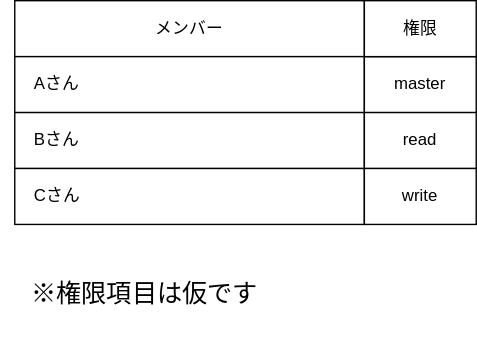
Earlier version of the draw.io export roleconfig.drawio.svg (nkc-ug/PSI). Source tidied: cells renumbered, new cells last; positions are measured from the earlier drawing's top-left corner, leaving out a move shared by most shapes. The source it was exported from:
```xml
<mxGraphModel>
  <root>
    <mxCell id="0" />
    <mxCell id="1" parent="0" />
    <mxCell id="2" value="メンバー" style="rounded=0;whiteSpace=wrap;html=1;align=center;" parent="1" vertex="1">
      <mxGeometry x="10" width="250" height="40" as="geometry" />
    </mxCell>
    <mxCell id="3" value="　Aさん" style="rounded=0;whiteSpace=wrap;html=1;align=left;" parent="1" vertex="1">
      <mxGeometry x="10" y="40" width="250" height="40" as="geometry" />
    </mxCell>
    <mxCell id="4" value="master" style="rounded=0;whiteSpace=wrap;html=1;align=center;" parent="1" vertex="1">
      <mxGeometry x="260" y="40" width="80" height="40" as="geometry" />
    </mxCell>
    <mxCell id="5" value="　Bさん" style="rounded=0;whiteSpace=wrap;html=1;align=left;" parent="1" vertex="1">
      <mxGeometry x="10" y="80" width="250" height="40" as="geometry" />
    </mxCell>
    <mxCell id="6" value="read" style="rounded=0;whiteSpace=wrap;html=1;align=center;" parent="1" vertex="1">
      <mxGeometry x="260" y="80" width="80" height="40" as="geometry" />
    </mxCell>
    <mxCell id="7" value="　Cさん" style="rounded=0;whiteSpace=wrap;html=1;align=left;" parent="1" vertex="1">
      <mxGeometry x="10" y="120" width="250" height="40" as="geometry" />
    </mxCell>
    <mxCell id="8" value="write" style="rounded=0;whiteSpace=wrap;html=1;align=center;" parent="1" vertex="1">
      <mxGeometry x="260" y="120" width="80" height="40" as="geometry" />
    </mxCell>
    <mxCell id="9" value="&lt;font style=&quot;font-size: 18px;&quot;&gt;※権限項目は仮です&lt;/font&gt;" style="rounded=0;whiteSpace=wrap;html=1;fillColor=none;strokeColor=none;" parent="1" vertex="1">
      <mxGeometry y="180" width="206" height="60" as="geometry" />
    </mxCell>
    <mxCell id="10" value="権限" style="rounded=0;whiteSpace=wrap;html=1;" parent="1" vertex="1">
      <mxGeometry x="260" width="80" height="40" as="geometry" />
    </mxCell>
  </root>
</mxGraphModel>
```
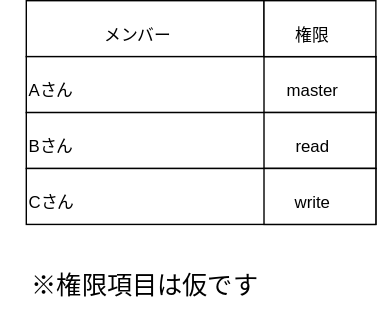
After the commit.

The edit, as a diff of the source:
```diff
@@ -2,31 +2,31 @@
   <root>
     <mxCell id="0" />
     <mxCell id="1" parent="0" />
-    <mxCell id="2" value="メンバー" style="rounded=0;whiteSpace=wrap;html=1;align=center;" parent="1" vertex="1">
-      <mxGeometry x="10" width="250" height="40" as="geometry" />
+    <mxCell id="2" value="メンバー" style="rounded=0;whiteSpace=wrap;html=1;align=center;spacingTop=10;spacingRight=10;" parent="1" vertex="1">
+      <mxGeometry x="90" width="170" height="40" as="geometry" />
     </mxCell>
-    <mxCell id="3" value="　Aさん" style="rounded=0;whiteSpace=wrap;html=1;align=left;" parent="1" vertex="1">
-      <mxGeometry x="10" y="40" width="250" height="40" as="geometry" />
+    <mxCell id="3" value="　Aさん" style="rounded=0;whiteSpace=wrap;html=1;align=left;spacingTop=10;spacingRight=10;" parent="1" vertex="1">
+      <mxGeometry x="90" y="40" width="250" height="40" as="geometry" />
     </mxCell>
-    <mxCell id="4" value="master" style="rounded=0;whiteSpace=wrap;html=1;align=center;" parent="1" vertex="1">
+    <mxCell id="4" value="master" style="rounded=0;whiteSpace=wrap;html=1;align=center;spacingTop=10;spacingRight=10;" parent="1" vertex="1">
       <mxGeometry x="260" y="40" width="80" height="40" as="geometry" />
     </mxCell>
-    <mxCell id="5" value="　Bさん" style="rounded=0;whiteSpace=wrap;html=1;align=left;" parent="1" vertex="1">
-      <mxGeometry x="10" y="80" width="250" height="40" as="geometry" />
+    <mxCell id="5" value="　Bさん" style="rounded=0;whiteSpace=wrap;html=1;align=left;spacingTop=10;spacingRight=10;" parent="1" vertex="1">
+      <mxGeometry x="90" y="80" width="250" height="40" as="geometry" />
     </mxCell>
-    <mxCell id="6" value="read" style="rounded=0;whiteSpace=wrap;html=1;align=center;" parent="1" vertex="1">
+    <mxCell id="6" value="read" style="rounded=0;whiteSpace=wrap;html=1;align=center;spacingTop=10;spacingRight=10;" parent="1" vertex="1">
       <mxGeometry x="260" y="80" width="80" height="40" as="geometry" />
     </mxCell>
-    <mxCell id="7" value="　Cさん" style="rounded=0;whiteSpace=wrap;html=1;align=left;" parent="1" vertex="1">
-      <mxGeometry x="10" y="120" width="250" height="40" as="geometry" />
+    <mxCell id="7" value="　Cさん" style="rounded=0;whiteSpace=wrap;html=1;align=left;spacingTop=10;spacingRight=10;" parent="1" vertex="1">
+      <mxGeometry x="90" y="120" width="250" height="40" as="geometry" />
     </mxCell>
-    <mxCell id="8" value="write" style="rounded=0;whiteSpace=wrap;html=1;align=center;" parent="1" vertex="1">
+    <mxCell id="8" value="write" style="rounded=0;whiteSpace=wrap;html=1;align=center;spacingTop=10;spacingRight=10;" parent="1" vertex="1">
       <mxGeometry x="260" y="120" width="80" height="40" as="geometry" />
     </mxCell>
-    <mxCell id="9" value="&lt;font style=&quot;font-size: 18px;&quot;&gt;※権限項目は仮です&lt;/font&gt;" style="rounded=0;whiteSpace=wrap;html=1;fillColor=none;strokeColor=none;" parent="1" vertex="1">
-      <mxGeometry y="180" width="206" height="60" as="geometry" />
+    <mxCell id="9" value="&lt;font style=&quot;font-size: 18px;&quot;&gt;※権限項目は仮です&lt;/font&gt;" style="rounded=0;whiteSpace=wrap;html=1;fillColor=none;strokeColor=none;spacingTop=7;" parent="1" vertex="1">
+      <mxGeometry x="72" y="170" width="206" height="60" as="geometry" />
     </mxCell>
-    <mxCell id="10" value="権限" style="rounded=0;whiteSpace=wrap;html=1;" parent="1" vertex="1">
+    <mxCell id="10" value="権限" style="rounded=0;whiteSpace=wrap;html=1;spacingTop=10;spacingRight=10;" parent="1" vertex="1">
       <mxGeometry x="260" width="80" height="40" as="geometry" />
     </mxCell>
   </root>
```
